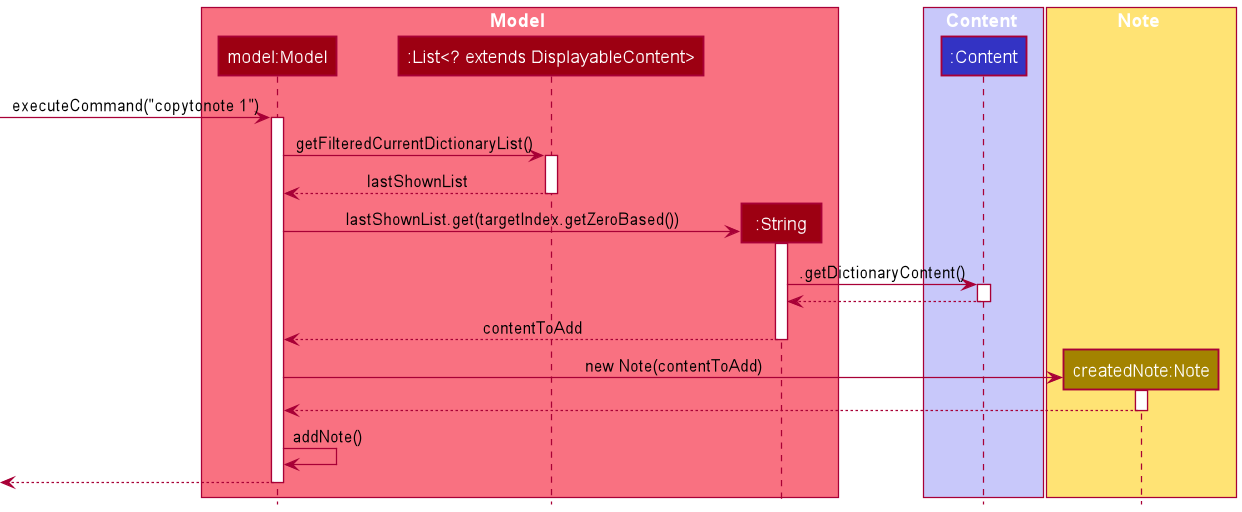
Earlier version of the PlantUML export docs/images/CopyToNoteDiagram.png (nus-cs2103-AY2021S2/tp). The source it was exported from:
```plantuml
@startuml
!include style.puml

box Model MODEL_COLOR_T1
participant "model:Model" as Model MODEL_COLOR
participant ":List<? extends DisplayableContent>" as List MODEL_COLOR
participant ":String" as Content MODEL_COLOR
end box

box Content LOGIC_COLOR_T1
participant ":Content" as ContentObj LOGIC_COLOR
end box

box Note STORAGE_COLOR_T1
participant "createdNote:Note" as Note STORAGE_COLOR
end box


[-> Model: executeCommand("copytonote 1")
activate Model

Model -> List : getFilteredCurrentDictionaryList()
activate List
List --> Model : lastShownList
deactivate List

create Content
Model -> Content : lastShownList.get(targetIndex.getZeroBased())
activate Content

Content -> ContentObj : .getDictionaryContent()
activate ContentObj
ContentObj --> Content
deactivate ContentObj

Content --> Model : contentToAdd
deactivate Content

create Note
Model -> Note : new Note(contentToAdd)
activate Note

Note --> Model
deactivate Note

Model -> Model: addNote()

[<--Model
deactivate Model
@enduml
```
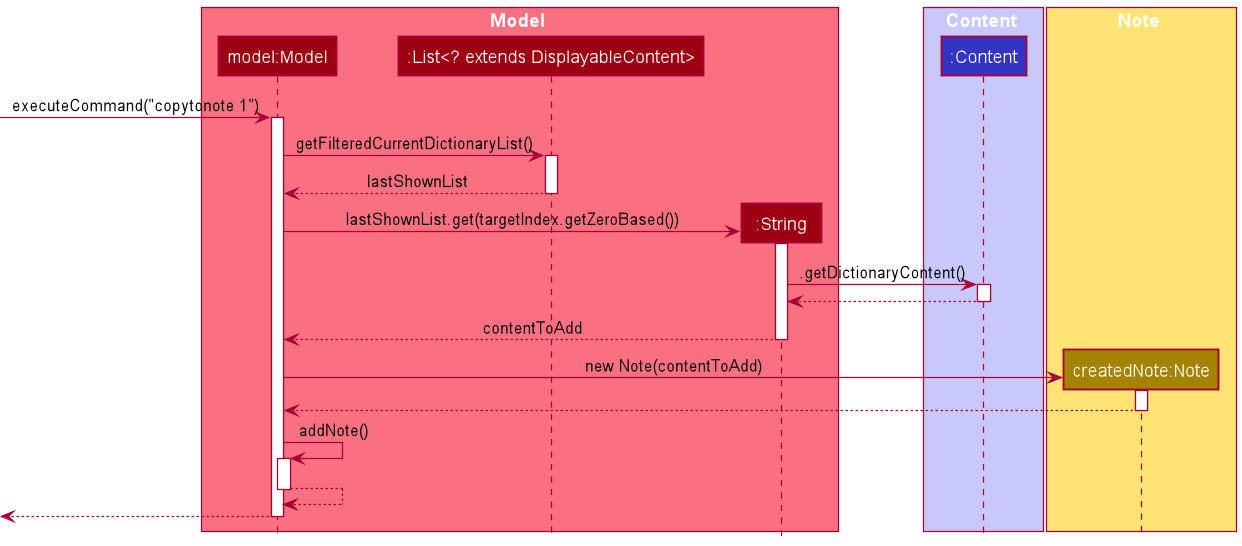
After the commit.

Commit message:
Update Developer Guide: Imaging

Diff of the diagram source:
```diff
@@ -44,6 +44,9 @@
 deactivate Note
 
 Model -> Model: addNote()
+activate Model
+Model --> Model
+deactivate Model
 
 [<--Model
 deactivate Model
```
